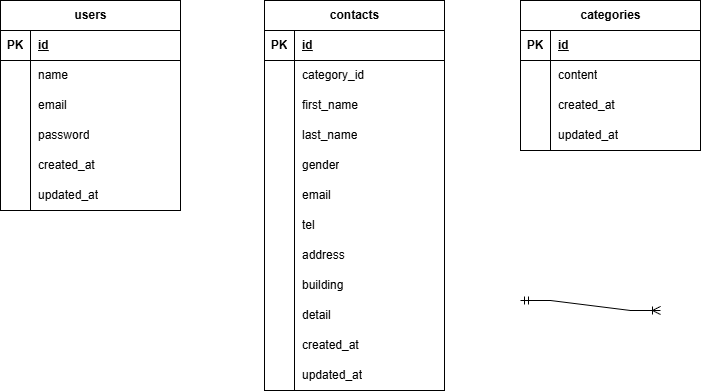
Before: src/docs/er-diagram.png, a diagram exported from draw.io (YAMA-A11Y/test_contact-form). Source tidied: cells renumbered, new cells last; positions are measured from the earlier drawing's top-left corner, leaving out a move shared by most shapes.
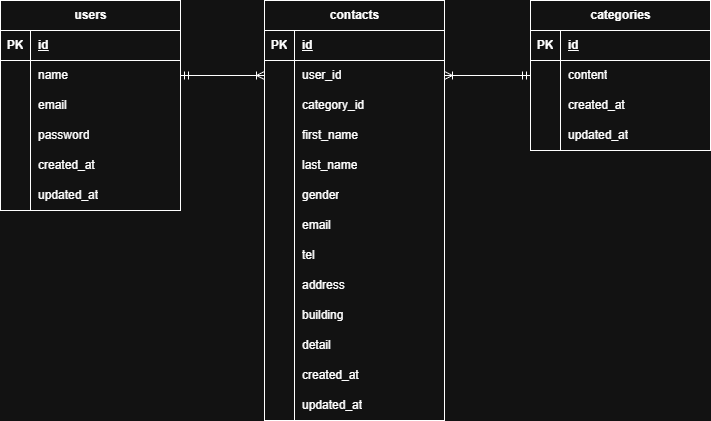
Above is the later version.

Change to the diagram source:
```diff
@@ -3,7 +3,7 @@
     <mxCell id="0" />
     <mxCell id="1" parent="0" />
     <mxCell id="2" value="contacts" style="shape=table;startSize=30;rowLines=0;fontStyle=1;align=center;html=1;" parent="1" vertex="1">
-      <mxGeometry x="264" width="180" height="390" as="geometry" />
+      <mxGeometry x="264" width="180" height="420" as="geometry" />
     </mxCell>
     <mxCell id="3" style="shape=tableRow;horizontal=0;startSize=0;swimlaneHead=0;swimlaneBody=0;fillColor=none;top=0;left=0;right=0;bottom=1;" parent="2" vertex="1">
       <mxGeometry y="30" width="180" height="30" as="geometry" />
@@ -20,11 +20,20 @@
     <mxCell id="7" style="shape=partialRectangle;fillColor=none;top=0;left=0;bottom=0;right=0;overflow=hidden;whiteSpace=wrap;html=1;" parent="6" vertex="1">
       <mxGeometry width="30" height="30" as="geometry" />
     </mxCell>
-    <mxCell id="8" value="category_id" style="shape=partialRectangle;fillColor=none;top=0;left=0;bottom=0;right=0;align=left;spacingLeft=6;overflow=hidden;whiteSpace=wrap;html=1;" parent="6" vertex="1">
+    <mxCell id="8" value="user_id" style="shape=partialRectangle;fillColor=none;top=0;left=0;bottom=0;right=0;align=left;spacingLeft=6;overflow=hidden;whiteSpace=wrap;html=1;" parent="6" vertex="1">
       <mxGeometry x="30" width="150" height="30" as="geometry" />
     </mxCell>
+    <mxCell id="72" style="shape=tableRow;horizontal=0;startSize=0;swimlaneHead=0;swimlaneBody=0;fillColor=none;top=0;left=0;right=0;bottom=0;" parent="2" vertex="1">
+      <mxGeometry y="90" width="180" height="30" as="geometry" />
+    </mxCell>
+    <mxCell id="73" style="shape=partialRectangle;fillColor=none;top=0;left=0;bottom=0;right=0;overflow=hidden;whiteSpace=wrap;html=1;" parent="72" vertex="1">
+      <mxGeometry width="30" height="30" as="geometry" />
+    </mxCell>
+    <mxCell id="74" value="category_id" style="shape=partialRectangle;fillColor=none;top=0;left=0;bottom=0;right=0;align=left;spacingLeft=6;overflow=hidden;whiteSpace=wrap;html=1;" parent="72" vertex="1">
+      <mxGeometry x="30" width="150" height="30" as="geometry" />
+    </mxCell>
     <mxCell id="9" style="shape=tableRow;horizontal=0;startSize=0;swimlaneHead=0;swimlaneBody=0;fillColor=none;top=0;left=0;right=0;bottom=0;" parent="2" vertex="1">
-      <mxGeometry y="90" width="180" height="30" as="geometry" />
+      <mxGeometry y="120" width="180" height="30" as="geometry" />
     </mxCell>
     <mxCell id="10" style="shape=partialRectangle;fillColor=none;top=0;left=0;bottom=0;right=0;overflow=hidden;whiteSpace=wrap;html=1;" parent="9" vertex="1">
       <mxGeometry width="30" height="30" as="geometry" />
@@ -33,7 +42,7 @@
       <mxGeometry x="30" width="150" height="30" as="geometry" />
     </mxCell>
     <mxCell id="12" style="shape=tableRow;horizontal=0;startSize=0;swimlaneHead=0;swimlaneBody=0;fillColor=none;top=0;left=0;right=0;bottom=0;" parent="2" vertex="1">
-      <mxGeometry y="120" width="180" height="30" as="geometry" />
+      <mxGeometry y="150" width="180" height="30" as="geometry" />
     </mxCell>
     <mxCell id="13" style="shape=partialRectangle;fillColor=none;top=0;left=0;bottom=0;right=0;overflow=hidden;whiteSpace=wrap;html=1;" parent="12" vertex="1">
       <mxGeometry width="30" height="30" as="geometry" />
@@ -42,7 +51,7 @@
       <mxGeometry x="30" width="150" height="30" as="geometry" />
     </mxCell>
     <mxCell id="15" style="shape=tableRow;horizontal=0;startSize=0;swimlaneHead=0;swimlaneBody=0;fillColor=none;top=0;left=0;right=0;bottom=0;" parent="2" vertex="1">
-      <mxGeometry y="150" width="180" height="30" as="geometry" />
+      <mxGeometry y="180" width="180" height="30" as="geometry" />
     </mxCell>
     <mxCell id="16" style="shape=partialRectangle;fillColor=none;top=0;left=0;bottom=0;right=0;overflow=hidden;whiteSpace=wrap;html=1;" parent="15" vertex="1">
       <mxGeometry width="30" height="30" as="geometry" />
@@ -51,7 +60,7 @@
       <mxGeometry x="30" width="150" height="30" as="geometry" />
     </mxCell>
     <mxCell id="18" style="shape=tableRow;horizontal=0;startSize=0;swimlaneHead=0;swimlaneBody=0;fillColor=none;top=0;left=0;right=0;bottom=0;" parent="2" vertex="1">
-      <mxGeometry y="180" width="180" height="30" as="geometry" />
+      <mxGeometry y="210" width="180" height="30" as="geometry" />
     </mxCell>
     <mxCell id="19" style="shape=partialRectangle;fillColor=none;top=0;left=0;bottom=0;right=0;overflow=hidden;whiteSpace=wrap;html=1;" parent="18" vertex="1">
       <mxGeometry width="30" height="30" as="geometry" />
@@ -60,7 +69,7 @@
       <mxGeometry x="30" width="150" height="30" as="geometry" />
     </mxCell>
     <mxCell id="21" style="shape=tableRow;horizontal=0;startSize=0;swimlaneHead=0;swimlaneBody=0;fillColor=none;top=0;left=0;right=0;bottom=0;" parent="2" vertex="1">
-      <mxGeometry y="210" width="180" height="30" as="geometry" />
+      <mxGeometry y="240" width="180" height="30" as="geometry" />
     </mxCell>
     <mxCell id="22" style="shape=partialRectangle;fillColor=none;top=0;left=0;bottom=0;right=0;overflow=hidden;whiteSpace=wrap;html=1;" parent="21" vertex="1">
       <mxGeometry width="30" height="30" as="geometry" />
@@ -69,7 +78,7 @@
       <mxGeometry x="30" width="150" height="30" as="geometry" />
     </mxCell>
     <mxCell id="24" style="shape=tableRow;horizontal=0;startSize=0;swimlaneHead=0;swimlaneBody=0;fillColor=none;top=0;left=0;right=0;bottom=0;" parent="2" vertex="1">
-      <mxGeometry y="240" width="180" height="30" as="geometry" />
+      <mxGeometry y="270" width="180" height="30" as="geometry" />
     </mxCell>
     <mxCell id="25" style="shape=partialRectangle;fillColor=none;top=0;left=0;bottom=0;right=0;overflow=hidden;whiteSpace=wrap;html=1;" parent="24" vertex="1">
       <mxGeometry width="30" height="30" as="geometry" />
@@ -78,7 +87,7 @@
       <mxGeometry x="30" width="150" height="30" as="geometry" />
     </mxCell>
     <mxCell id="27" style="shape=tableRow;horizontal=0;startSize=0;swimlaneHead=0;swimlaneBody=0;fillColor=none;top=0;left=0;right=0;bottom=0;" parent="2" vertex="1">
-      <mxGeometry y="270" width="180" height="30" as="geometry" />
+      <mxGeometry y="300" width="180" height="30" as="geometry" />
     </mxCell>
     <mxCell id="28" style="shape=partialRectangle;fillColor=none;top=0;left=0;bottom=0;right=0;overflow=hidden;whiteSpace=wrap;html=1;" parent="27" vertex="1">
       <mxGeometry width="30" height="30" as="geometry" />
@@ -87,7 +96,7 @@
       <mxGeometry x="30" width="150" height="30" as="geometry" />
     </mxCell>
     <mxCell id="30" style="shape=tableRow;horizontal=0;startSize=0;swimlaneHead=0;swimlaneBody=0;fillColor=none;top=0;left=0;right=0;bottom=0;" parent="2" vertex="1">
-      <mxGeometry y="300" width="180" height="30" as="geometry" />
+      <mxGeometry y="330" width="180" height="30" as="geometry" />
     </mxCell>
     <mxCell id="31" style="shape=partialRectangle;fillColor=none;top=0;left=0;bottom=0;right=0;overflow=hidden;whiteSpace=wrap;html=1;" parent="30" vertex="1">
       <mxGeometry width="30" height="30" as="geometry" />
@@ -96,7 +105,7 @@
       <mxGeometry x="30" width="150" height="30" as="geometry" />
     </mxCell>
     <mxCell id="33" style="shape=tableRow;horizontal=0;startSize=0;swimlaneHead=0;swimlaneBody=0;fillColor=none;top=0;left=0;right=0;bottom=0;" parent="2" vertex="1">
-      <mxGeometry y="330" width="180" height="30" as="geometry" />
+      <mxGeometry y="360" width="180" height="30" as="geometry" />
     </mxCell>
     <mxCell id="34" style="shape=partialRectangle;fillColor=none;top=0;left=0;bottom=0;right=0;overflow=hidden;whiteSpace=wrap;html=1;" parent="33" vertex="1">
       <mxGeometry width="30" height="30" as="geometry" />
@@ -105,7 +114,7 @@
       <mxGeometry x="30" width="150" height="30" as="geometry" />
     </mxCell>
     <mxCell id="36" style="shape=tableRow;horizontal=0;startSize=0;swimlaneHead=0;swimlaneBody=0;fillColor=none;top=0;left=0;right=0;bottom=0;" parent="2" vertex="1">
-      <mxGeometry y="360" width="180" height="30" as="geometry" />
+      <mxGeometry y="390" width="180" height="30" as="geometry" />
     </mxCell>
     <mxCell id="37" style="shape=partialRectangle;fillColor=none;top=0;left=0;bottom=0;right=0;overflow=hidden;whiteSpace=wrap;html=1;" parent="36" vertex="1">
       <mxGeometry width="30" height="30" as="geometry" />
@@ -114,7 +123,7 @@
       <mxGeometry x="30" width="150" height="30" as="geometry" />
     </mxCell>
     <mxCell id="39" value="categories" style="shape=table;startSize=30;rowLines=0;fontStyle=1;align=center;html=1;" parent="1" vertex="1">
-      <mxGeometry x="520" width="180" height="150" as="geometry" />
+      <mxGeometry x="530" width="180" height="150" as="geometry" />
     </mxCell>
     <mxCell id="40" style="shape=tableRow;horizontal=0;startSize=0;swimlaneHead=0;swimlaneBody=0;fillColor=none;top=0;left=0;right=0;bottom=1;" parent="39" vertex="1">
       <mxGeometry y="30" width="180" height="30" as="geometry" />
@@ -209,11 +218,11 @@
     <mxCell id="70" value="updated_at" style="shape=partialRectangle;fillColor=none;top=0;left=0;bottom=0;right=0;align=left;spacingLeft=6;overflow=hidden;whiteSpace=wrap;html=1;" parent="68" vertex="1">
       <mxGeometry x="30" width="150" height="30" as="geometry" />
     </mxCell>
-    <mxCell id="71" style="edgeStyle=entityRelationEdgeStyle;fontSize=12;html=1;endArrow=ERoneToMany;startArrow=ERmandOne;rounded=0;" parent="1" edge="1">
-      <mxGeometry relative="1" as="geometry">
-        <mxPoint x="520" y="300" as="sourcePoint" />
-        <mxPoint x="660" y="310" as="targetPoint" />
-      </mxGeometry>
-    </mxCell>
+    <mxCell id="75" style="fontSize=12;html=1;endArrow=ERoneToMany;startArrow=ERmandOne;rounded=0;exitX=1;exitY=0.5;exitDx=0;exitDy=0;entryX=0;entryY=0.5;entryDx=0;entryDy=0;" parent="1" edge="1" source="56" target="6">
+      <mxGeometry relative="1" as="geometry" />
+    </mxCell>
+    <mxCell id="76" style="fontSize=12;html=1;endArrow=ERoneToMany;startArrow=ERmandOne;rounded=0;exitX=0;exitY=0.5;exitDx=0;exitDy=0;entryX=1;entryY=0.5;entryDx=0;entryDy=0;" parent="1" edge="1" source="43" target="6">
+      <mxGeometry relative="1" as="geometry" />
+    </mxCell>
   </root>
 </mxGraphModel>
```
